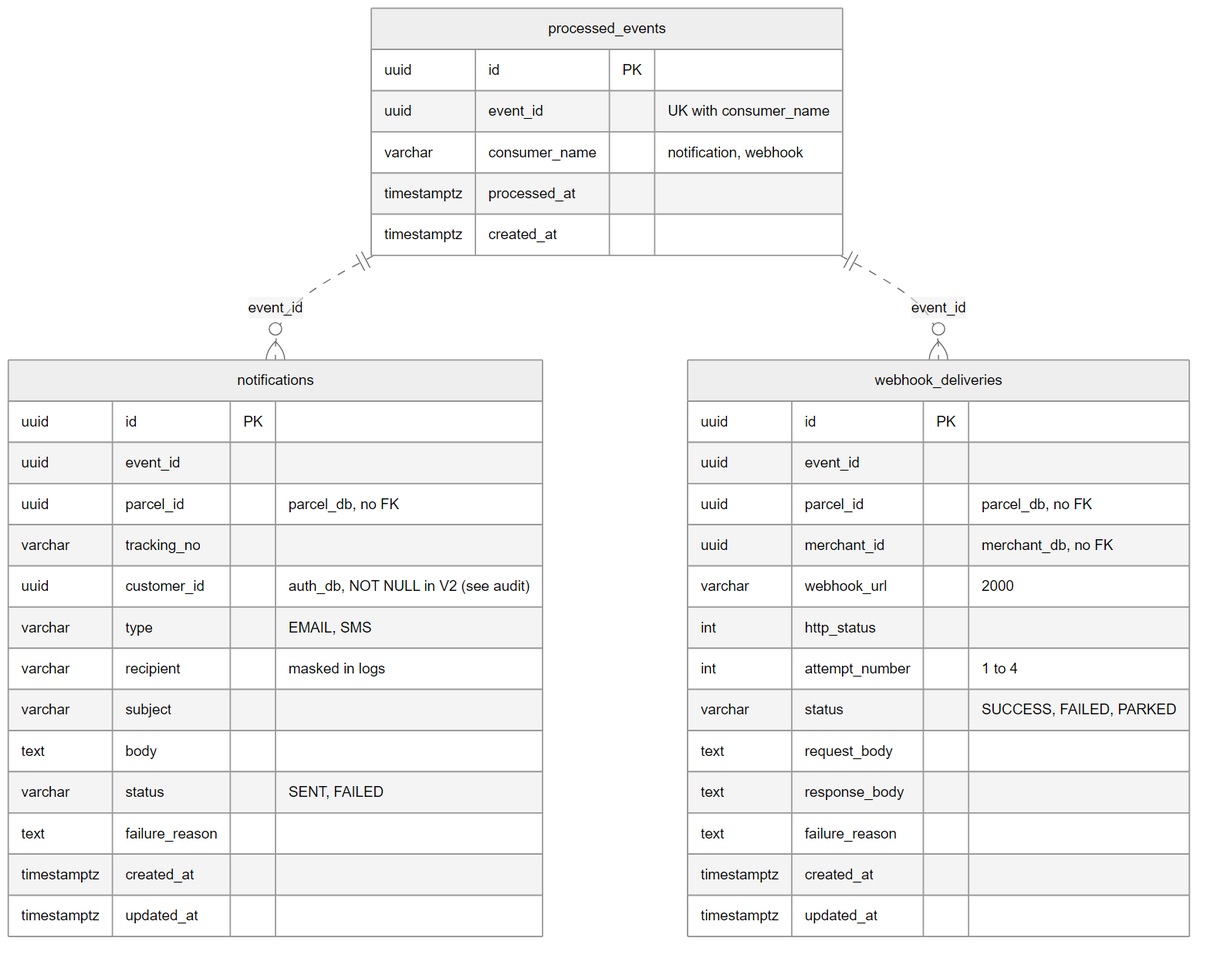
Earlier version of the Mermaid export docs/diagrams/er/er-notification-db.png (Sachintha-dilshan49/SwiftDrop). Its source is kept beside it as docs/diagrams/er/er-notification-db.mmd. Its diagram source:
```mermaid
erDiagram
    processed_events ||..o{ notifications : "event_id"
    processed_events ||..o{ webhook_deliveries : "event_id"

    processed_events {
        uuid id PK
        uuid event_id "UK with consumer_name"
        varchar consumer_name "notification, webhook"
        timestamptz processed_at
        timestamptz created_at
    }
    notifications {
        uuid id PK
        uuid event_id
        uuid parcel_id "parcel_db, no FK"
        varchar tracking_no
        uuid customer_id "auth_db, NOT NULL in V2 (see audit)"
        varchar type "EMAIL, SMS"
        varchar recipient "masked in logs"
        varchar subject
        text body
        varchar status "SENT, FAILED"
        text failure_reason
        timestamptz created_at
        timestamptz updated_at
    }
    webhook_deliveries {
        uuid id PK
        uuid event_id
        uuid parcel_id "parcel_db, no FK"
        uuid merchant_id "merchant_db, no FK"
        varchar webhook_url "2000"
        int http_status
        int attempt_number "1 to 4"
        varchar status "SUCCESS, FAILED, PARKED"
        text request_body
        text response_body
        text failure_reason
        timestamptz created_at
        timestamptz updated_at
    }
```
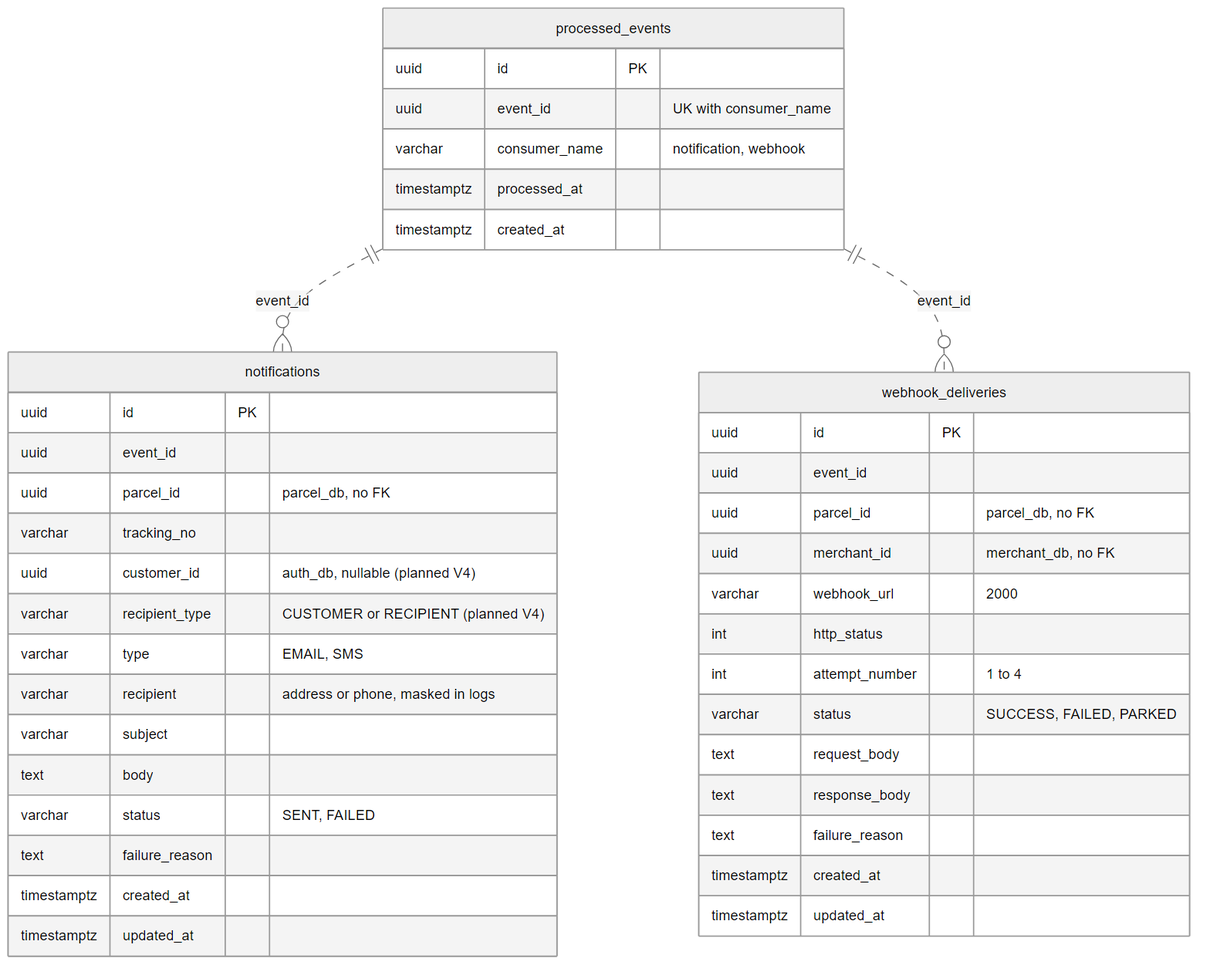
The same diagram one commit later.

The edit, as a diff of the source:
```diff
@@ -14,9 +14,10 @@
         uuid event_id
         uuid parcel_id "parcel_db, no FK"
         varchar tracking_no
-        uuid customer_id "auth_db, NOT NULL in V2 (see audit)"
+        uuid customer_id "auth_db, nullable (planned V4)"
+        varchar recipient_type "CUSTOMER or RECIPIENT (planned V4)"
         varchar type "EMAIL, SMS"
-        varchar recipient "masked in logs"
+        varchar recipient "address or phone, masked in logs"
         varchar subject
         text body
         varchar status "SENT, FAILED"
```
